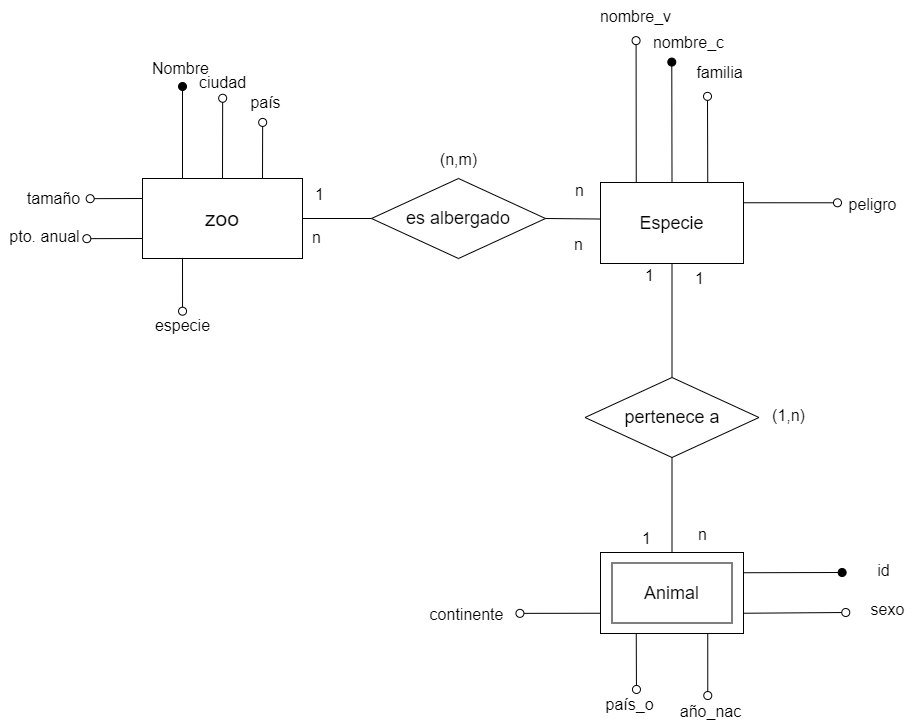
This is ejercicio2-zoo.drawio.png from bibifupi/Abril23, a draw.io export, as it was before one commit. Source tidied: cells renumbered, new cells last; positions are measured from the earlier drawing's top-left corner, leaving out a move shared by most shapes.
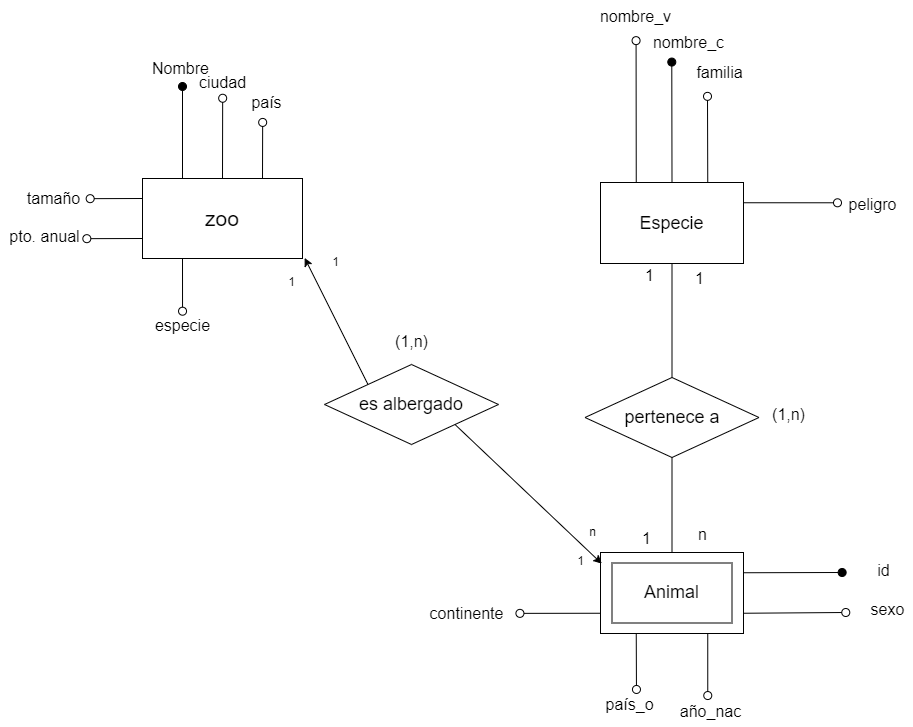
After the commit.

Change to the diagram source:
```diff
@@ -85,15 +85,6 @@
     <mxCell id="22" value="peligro" style="text;html=1;align=center;verticalAlign=middle;strokeColor=none;fillColor=none;fontSize=16;" parent="1" vertex="1">
       <mxGeometry x="838.5" y="188.5" width="66" height="31" as="geometry" />
     </mxCell>
-    <mxCell id="23" style="edgeStyle=none;curved=1;rounded=0;jettySize=auto;html=1;exitX=1;exitY=0.5;exitDx=0;exitDy=0;fontSize=12;startSize=8;endSize=8;endArrow=none;endFill=0;entryX=0.002;entryY=0.451;entryDx=0;entryDy=0;entryPerimeter=0;" parent="1" edge="1" source="25" target="18">
-      <mxGeometry relative="1" as="geometry" />
-    </mxCell>
-    <mxCell id="24" style="edgeStyle=none;curved=1;rounded=0;jettySize=auto;html=1;exitX=0;exitY=0.5;exitDx=0;exitDy=0;entryX=1;entryY=0.5;entryDx=0;entryDy=0;fontSize=12;startSize=8;endSize=8;endArrow=none;endFill=0;" parent="1" edge="1" source="25" target="8">
-      <mxGeometry relative="1" as="geometry" />
-    </mxCell>
-    <mxCell id="25" value="&lt;font style=&quot;font-size: 18px;&quot;&gt;es albergado&lt;/font&gt;" style="rhombus;whiteSpace=wrap;html=1;" parent="1" vertex="1">
-      <mxGeometry x="371" y="178" width="174" height="80" as="geometry" />
-    </mxCell>
     <mxCell id="26" style="edgeStyle=none;curved=1;rounded=0;jettySize=auto;html=1;exitX=0.5;exitY=0;exitDx=0;exitDy=0;entryX=0.5;entryY=1;entryDx=0;entryDy=0;fontSize=12;startSize=8;endSize=8;endArrow=none;endFill=0;" parent="1" edge="1" source="28" target="18">
       <mxGeometry relative="1" as="geometry" />
     </mxCell>
@@ -164,23 +155,34 @@
     <mxCell id="45" value="(1,n)" style="text;html=1;align=center;verticalAlign=middle;strokeColor=none;fillColor=none;fontSize=16;" parent="1" vertex="1">
       <mxGeometry x="762" y="399" width="51" height="31" as="geometry" />
     </mxCell>
-    <mxCell id="46" value="1" style="text;html=1;align=center;verticalAlign=middle;strokeColor=none;fillColor=none;fontSize=16;" parent="1" vertex="1">
-      <mxGeometry x="305.5" y="178.5" width="27" height="31" as="geometry" />
-    </mxCell>
-    <mxCell id="47" value="n" style="text;html=1;align=center;verticalAlign=middle;strokeColor=none;fillColor=none;fontSize=16;" parent="1" vertex="1">
-      <mxGeometry x="565.5" y="174.5" width="27" height="31" as="geometry" />
-    </mxCell>
-    <mxCell id="48" value="n" style="text;html=1;align=center;verticalAlign=middle;strokeColor=none;fillColor=none;fontSize=16;" parent="1" vertex="1">
-      <mxGeometry x="302.5" y="221.5" width="27" height="31" as="geometry" />
-    </mxCell>
-    <mxCell id="49" value="n" style="text;html=1;align=center;verticalAlign=middle;strokeColor=none;fillColor=none;fontSize=16;" parent="1" vertex="1">
-      <mxGeometry x="564.5" y="228.5" width="27" height="31" as="geometry" />
-    </mxCell>
-    <mxCell id="50" value="(n,m)" style="text;html=1;align=center;verticalAlign=middle;strokeColor=none;fillColor=none;fontSize=16;" parent="1" vertex="1">
-      <mxGeometry x="430.5" y="143.5" width="55" height="31" as="geometry" />
-    </mxCell>
     <mxCell id="51" style="rounded=0;whiteSpace=wrap;html=1;fillColor=none;" parent="1" vertex="1">
       <mxGeometry x="611.5" y="562.5" width="120" height="60" as="geometry" />
     </mxCell>
+    <mxCell id="52" style="rounded=0;jettySize=auto;html=1;exitX=0;exitY=0;exitDx=0;exitDy=0;" parent="1" edge="1" source="25">
+      <mxGeometry relative="1" as="geometry">
+        <mxPoint x="304.1" y="257.4" as="targetPoint" />
+      </mxGeometry>
+    </mxCell>
+    <mxCell id="25" value="&lt;font style=&quot;font-size: 18px;&quot;&gt;es albergado&lt;/font&gt;" style="rhombus;whiteSpace=wrap;html=1;" parent="1" vertex="1">
+      <mxGeometry x="324" y="364" width="174" height="80" as="geometry" />
+    </mxCell>
+    <mxCell id="53" value="(1,n)" style="text;html=1;align=center;verticalAlign=middle;strokeColor=none;fillColor=none;fontSize=16;" parent="1" vertex="1">
+      <mxGeometry x="385.5" y="325" width="51" height="31" as="geometry" />
+    </mxCell>
+    <mxCell id="54" style="rounded=0;jettySize=auto;html=1;exitX=1;exitY=1;exitDx=0;exitDy=0;entryX=0.009;entryY=0.138;entryDx=0;entryDy=0;entryPerimeter=0;" parent="1" edge="1" source="25" target="34">
+      <mxGeometry relative="1" as="geometry" />
+    </mxCell>
+    <mxCell id="55" value="1" style="text;html=1;align=center;verticalAlign=middle;strokeColor=none;fillColor=none;" parent="1" vertex="1">
+      <mxGeometry x="322" y="249" width="25" height="26" as="geometry" />
+    </mxCell>
+    <mxCell id="56" value="n" style="text;html=1;align=center;verticalAlign=middle;strokeColor=none;fillColor=none;" parent="1" vertex="1">
+      <mxGeometry x="579" y="519" width="25" height="26" as="geometry" />
+    </mxCell>
+    <mxCell id="57" value="1" style="text;html=1;align=center;verticalAlign=middle;strokeColor=none;fillColor=none;" parent="1" vertex="1">
+      <mxGeometry x="568" y="548" width="25" height="26" as="geometry" />
+    </mxCell>
+    <mxCell id="58" value="1" style="text;html=1;align=center;verticalAlign=middle;strokeColor=none;fillColor=none;" parent="1" vertex="1">
+      <mxGeometry x="278" y="269" width="25" height="26" as="geometry" />
+    </mxCell>
   </root>
 </mxGraphModel>
```
